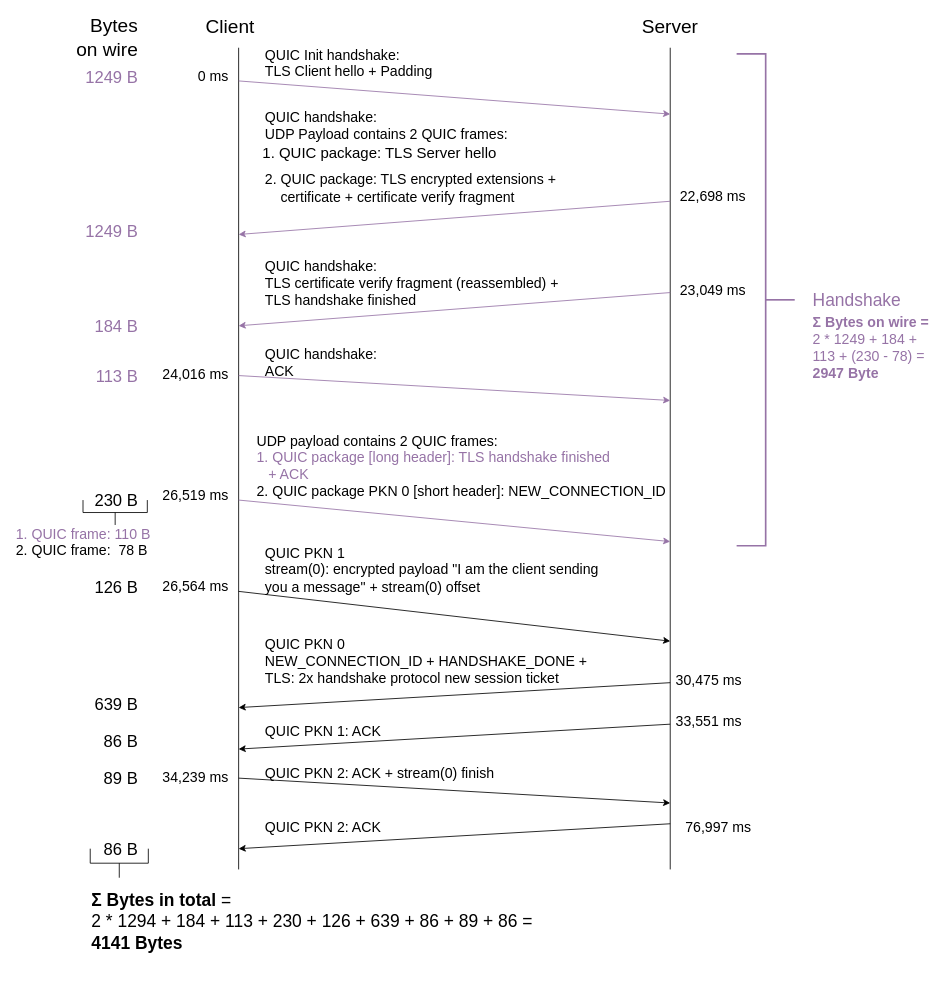
This is documentation/QUIC_flowchart_to_pcap_MEAN.drawio from JonathanJustavino/quic-benchmark, a draw.io file, before an edit. Source tidied: cells renumbered, new cells numbered last; positions are measured from the earlier drawing's top-left corner, leaving out a move shared by most shapes. Both pictures are drawn from the tidied source at 83%, with x=0, y=0 at pixel (14, 14).
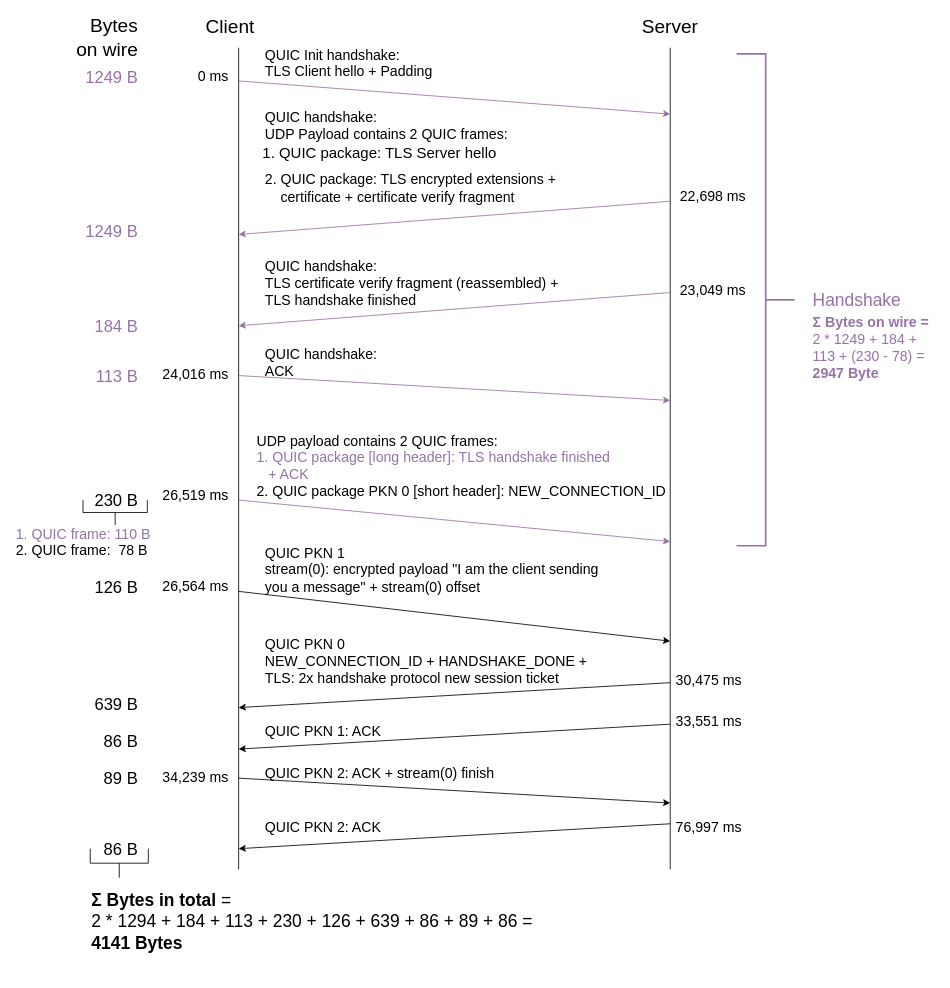
After the change.

Commit message (it also covers changes not shown here):
changed flowchart pic in README + fixed an error in existing flowchart

Diff of the diagram source:
```diff
@@
-    <mxCell id="39" value="76,997 ms" style="text;html=1;strokeColor=none;fillColor=none;align=right;verticalAlign=middle;whiteSpace=wrap;rounded=0;fontSize=17;" parent="1" vertex="1">
-      <mxGeometry x="790" y="970" width="100" height="20" as="geometry" />
+    <mxCell id="39" value="76,997 ms" style="text;html=1;strokeColor=none;fillColor=none;align=left;verticalAlign=middle;whiteSpace=wrap;rounded=0;fontSize=17;" parent="1" vertex="1">
+      <mxGeometry x="795" y="970" width="100" height="20" as="geometry" />
     </mxCell>
```
